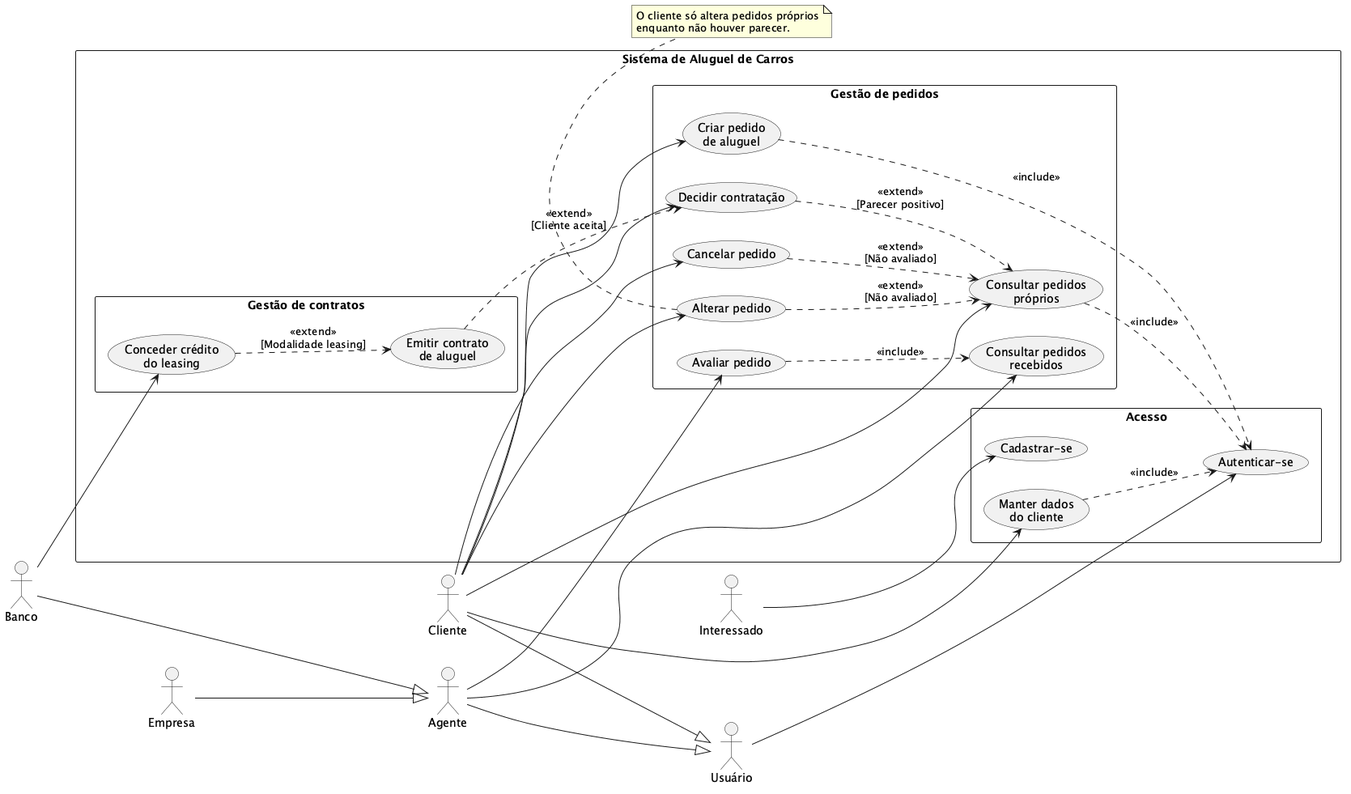
lucasnmc12/lab02-aluguel-carros keeps this PlantUML diagram as docs/entregas/casos_de_uso_aluguel.png. Above is the earlier version. The source it was exported from:
```plantuml
@startuml casos_de_uso_aluguel
left to right direction
skinparam shadowing false
skinparam packageStyle rectangle

actor "Interessado" as Interessado
actor "Usuário" as Usuario
actor "Cliente" as Cliente
actor "Agente" as Agente
actor "Empresa" as Empresa
actor "Banco" as Banco

Cliente --|> Usuario
Agente --|> Usuario
Empresa --|> Agente
Banco --|> Agente

rectangle "Sistema de Aluguel de Carros" {
  package "Acesso" {
    usecase "Cadastrar-se" as UC01
    usecase "Autenticar-se" as UC02
    usecase "Manter dados\ndo cliente" as UC03
  }

  package "Gestão de pedidos" {
    usecase "Criar pedido\nde aluguel" as UC04
    usecase "Consultar pedidos\npróprios" as UC05
    usecase "Alterar pedido" as UC06
    usecase "Cancelar pedido" as UC07
    usecase "Consultar pedidos\nrecebidos" as UC08
    usecase "Avaliar pedido" as UC09
    usecase "Decidir contratação" as UC10
  }

  package "Gestão de contratos" {
    usecase "Emitir contrato\nde aluguel" as UC11
    usecase "Conceder crédito\ndo leasing" as UC12
  }
}

Interessado --> UC01
Usuario --> UC02
Cliente --> UC03
Cliente --> UC04
Cliente --> UC05
Cliente --> UC06
Cliente --> UC07
Cliente --> UC10
Agente --> UC08
Agente --> UC09
Banco --> UC12

UC03 ..> UC02 : <<include>>
UC04 ..> UC02 : <<include>>
UC05 ..> UC02 : <<include>>
UC06 ..> UC05 : <<extend>>\n[Não avaliado]
UC07 ..> UC05 : <<extend>>\n[Não avaliado]
UC09 ..> UC08 : <<include>>
UC10 ..> UC05 : <<extend>>\n[Parecer positivo]
UC11 ..> UC10 : <<extend>>\n[Cliente aceita]
UC12 ..> UC11 : <<extend>>\n[Modalidade leasing]

note bottom of UC06
  O cliente só altera pedidos próprios
  enquanto não houver parecer.
end note
@enduml
```
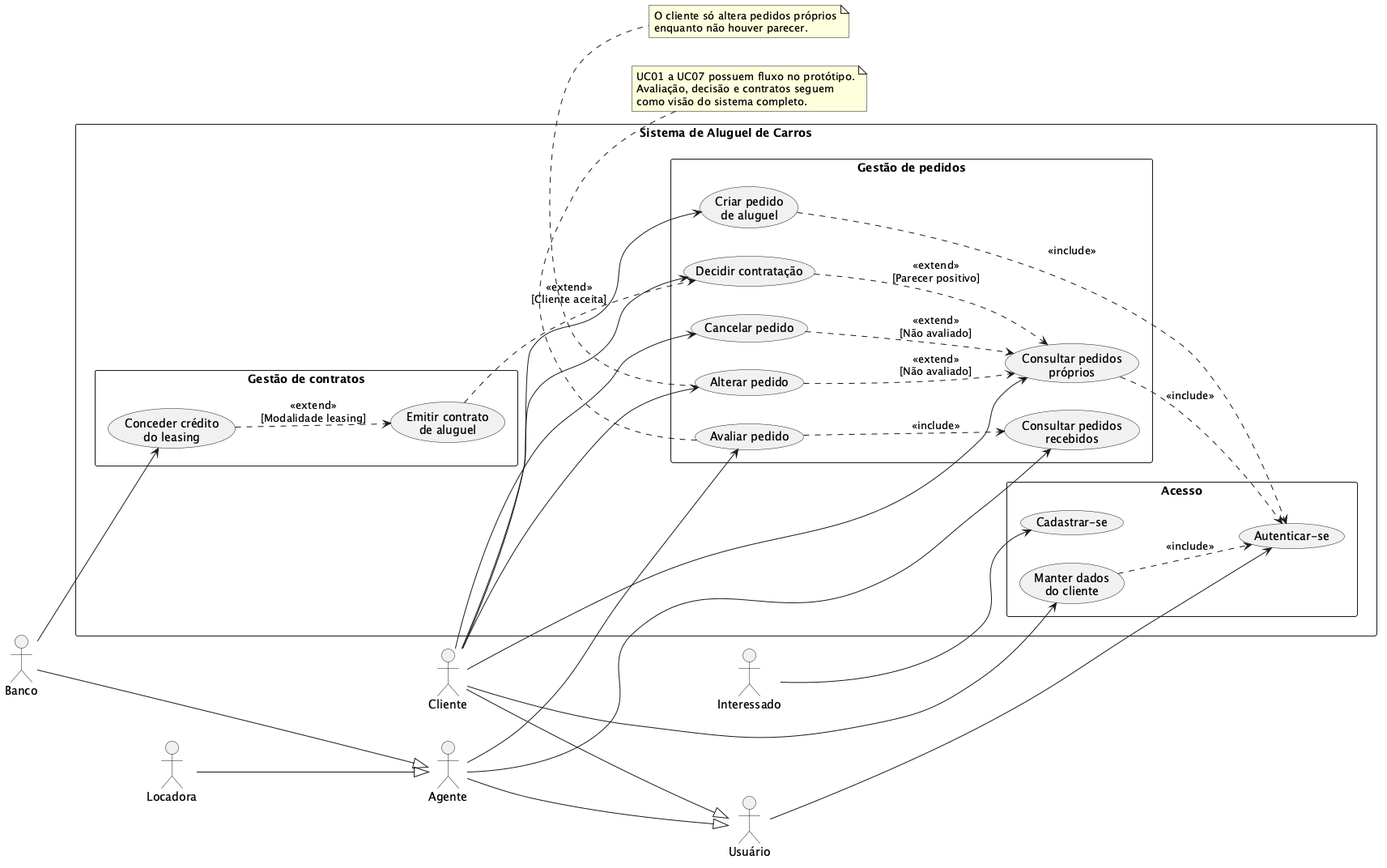
After the commit.

The edit, as a diff of the source:
```diff
@@ -7,12 +7,12 @@
 actor "Usuário" as Usuario
 actor "Cliente" as Cliente
 actor "Agente" as Agente
-actor "Empresa" as Empresa
+actor "Locadora" as Locadora
 actor "Banco" as Banco
 
 Cliente --|> Usuario
 Agente --|> Usuario
-Empresa --|> Agente
+Locadora --|> Agente
 Banco --|> Agente
 
 rectangle "Sistema de Aluguel de Carros" {
@@ -64,4 +64,10 @@
   O cliente só altera pedidos próprios
   enquanto não houver parecer.
 end note
+
+note bottom of UC09
+  UC01 a UC07 possuem fluxo no protótipo.
+  Avaliação, decisão e contratos seguem
+  como visão do sistema completo.
+end note
 @enduml
```
